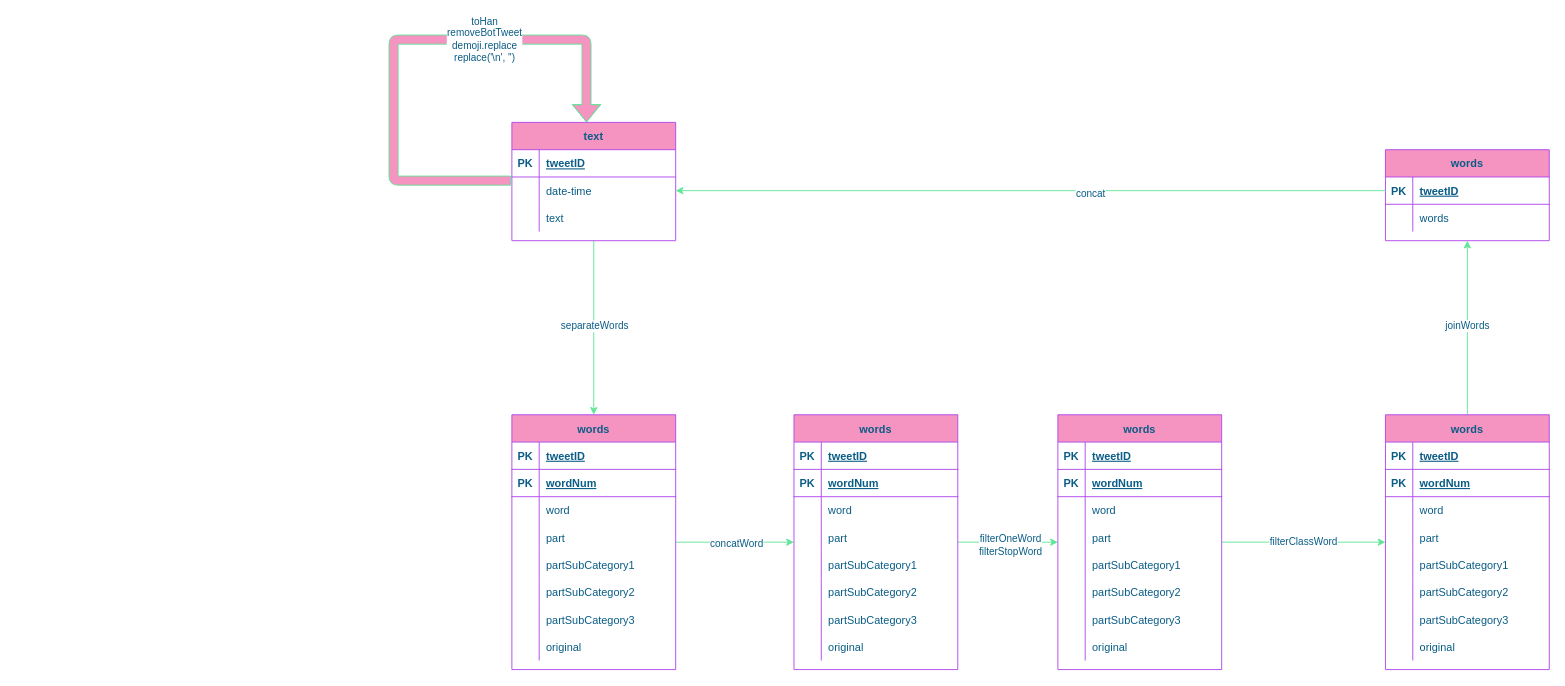
Earlier version of the draw.io diagram Untitled Diagram.drawio (YuriNakayama/statsmodels). Source tidied: cells renumbered, new cells numbered last; positions are measured from the earlier drawing's top-left corner, leaving out a move shared by most shapes. Both pictures are drawn from the tidied source at 91%, with x=0, y=0 at pixel (393, 39).
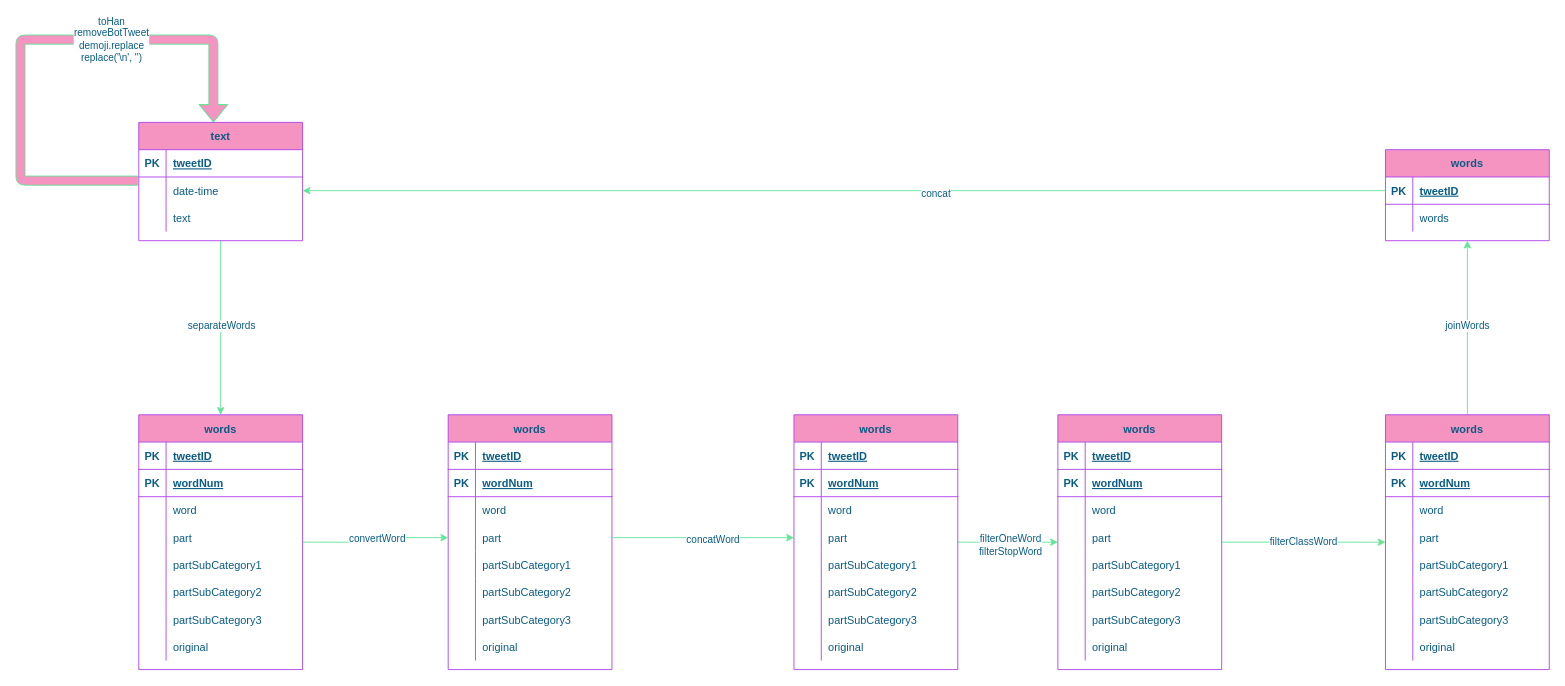
Above is the later version.

Unchanged cells that the change refers to:
```xml
<mxCell id="44" value="words" style="shape=table;startSize=30;childLayout=tableLayout;rowLines=0;fontStyle=1;align=center;fillColor=#F694C1;strokeColor=#AF45ED;fontColor=#095C86;" parent="1" vertex="1">
  <mxGeometry x="440" y="412.3" width="180" height="280" as="geometry" />
</mxCell>
<mxCell id="54" style="shape=tableRow;horizontal=0;startSize=0;swimlaneHead=0;swimlaneBody=0;fillColor=none;points=[[0,0.5],[1,0.5]];portConstraint=eastwest;top=0;left=0;right=0;bottom=0;strokeColor=#AF45ED;fontColor=#095C86;" parent="44" vertex="1">
  <mxGeometry y="120" width="180" height="30" as="geometry" />
</mxCell>
```

Change to the diagram source:
```diff
@@
     <mxCell id="2" value="toHan&lt;br&gt;removeBotTweet&lt;br&gt;demoji.replace&lt;br&gt;replace('\n', '')" style="edgeStyle=orthogonalEdgeStyle;shape=flexArrow;curved=0;rounded=1;sketch=0;orthogonalLoop=1;jettySize=auto;html=1;fontColor=#095C86;strokeColor=#60E696;fillColor=#F694C1;entryX=0.461;entryY=0.008;entryDx=0;entryDy=0;entryPerimeter=0;" parent="1" edge="1">
       <mxGeometry x="0.31" relative="1" as="geometry">
-        <mxPoint x="129" y="155" as="sourcePoint" />
-        <mxPoint x="212" y="91" as="targetPoint" />
+        <mxPoint x="-281" y="155" as="sourcePoint" />
+        <mxPoint x="-198" y="91" as="targetPoint" />
         <Array as="points">
-          <mxPoint y="155" />
-          <mxPoint />
-          <mxPoint x="212" />
+          <mxPoint x="-410" y="155" />
+          <mxPoint x="-410" />
+          <mxPoint x="-198" />
         </Array>
       </mxGeometry>
     </mxCell>
@@
     <mxCell id="5" value="text" style="shape=table;startSize=30;childLayout=tableLayout;rowLines=0;fontStyle=1;align=center;fillColor=#F694C1;strokeColor=#AF45ED;fontColor=#095C86;" parent="1" vertex="1">
-      <mxGeometry x="130" y="91" width="180" height="130" as="geometry" />
+      <mxGeometry x="-280" y="91" width="180" height="130" as="geometry" />
     </mxCell>
@@
-    <mxCell id="15" style="edgeStyle=orthogonalEdgeStyle;curved=0;rounded=1;sketch=0;jettySize=auto;html=1;fontColor=#095C86;strokeColor=#60E696;fillColor=#F694C1;" parent="1" edge="1" source="17" target="44">
+    <mxCell id="15" style="edgeStyle=orthogonalEdgeStyle;curved=0;rounded=1;sketch=0;jettySize=auto;html=1;fontColor=#095C86;strokeColor=#60E696;fillColor=#F694C1;entryX=0;entryY=0.5;entryDx=0;entryDy=0;" parent="1" edge="1" source="17" target="141">
       <mxGeometry relative="1" as="geometry" />
     </mxCell>
-    <mxCell id="16" value="concatWord" style="edgeLabel;html=1;align=center;verticalAlign=middle;fontColor=#095C86;" parent="15" vertex="1">
+    <mxCell id="16" value="convertWord" style="edgeLabel;html=1;align=center;verticalAlign=middle;fontColor=#095C86;" parent="15" vertex="1">
       <mxGeometry x="0.02" y="-1" relative="1" as="geometry" />
     </mxCell>
     <mxCell id="17" value="words" style="shape=table;startSize=30;childLayout=tableLayout;rowLines=0;fontStyle=1;align=center;fillColor=#F694C1;strokeColor=#AF45ED;fontColor=#095C86;" parent="1" vertex="1">
-      <mxGeometry x="130" y="412.3" width="180" height="280" as="geometry" />
+      <mxGeometry x="-280" y="412.3" width="180" height="280" as="geometry" />
     </mxCell>
@@
+    <mxCell id="131" value="words" style="shape=table;startSize=30;childLayout=tableLayout;rowLines=0;fontStyle=1;align=center;fillColor=#F694C1;strokeColor=#AF45ED;fontColor=#095C86;" parent="1" vertex="1">
+      <mxGeometry x="60" y="412.3" width="180" height="280" as="geometry" />
+    </mxCell>
+    <mxCell id="132" style="shape=tableRow;horizontal=0;startSize=0;swimlaneHead=0;swimlaneBody=0;fillColor=none;top=0;left=0;right=0;bottom=1;strokeColor=#AF45ED;fontColor=#095C86;" parent="131" vertex="1">
+      <mxGeometry y="30" width="180" height="30" as="geometry" />
+    </mxCell>
+    <mxCell id="133" value="PK" style="shape=partialRectangle;fillColor=none;top=0;left=0;bottom=0;right=0;fontStyle=1;overflow=hidden;strokeColor=#AF45ED;fontColor=#095C86;" parent="132" vertex="1">
+      <mxGeometry width="30" height="30" as="geometry" />
+    </mxCell>
+    <mxCell id="134" value="tweetID" style="shape=partialRectangle;fillColor=none;top=0;left=0;bottom=0;right=0;align=left;spacingLeft=6;fontStyle=5;overflow=hidden;strokeColor=#AF45ED;fontColor=#095C86;" parent="132" vertex="1">
+      <mxGeometry x="30" width="150" height="30" as="geometry" />
+    </mxCell>
+    <mxCell id="135" style="shape=tableRow;horizontal=0;startSize=0;swimlaneHead=0;swimlaneBody=0;fillColor=none;top=0;left=0;right=0;bottom=1;strokeColor=#AF45ED;fontColor=#095C86;" parent="131" vertex="1">
+      <mxGeometry y="60" width="180" height="30" as="geometry" />
+    </mxCell>
+    <mxCell id="136" value="PK" style="shape=partialRectangle;fillColor=none;top=0;left=0;bottom=0;right=0;fontStyle=1;overflow=hidden;strokeColor=#AF45ED;fontColor=#095C86;" parent="135" vertex="1">
+      <mxGeometry width="30" height="30" as="geometry" />
+    </mxCell>
+    <mxCell id="137" value="wordNum" style="shape=partialRectangle;fillColor=none;top=0;left=0;bottom=0;right=0;align=left;spacingLeft=6;fontStyle=5;overflow=hidden;strokeColor=#AF45ED;fontColor=#095C86;" parent="135" vertex="1">
+      <mxGeometry x="30" width="150" height="30" as="geometry" />
+    </mxCell>
+    <mxCell id="138" style="shape=tableRow;horizontal=0;startSize=0;swimlaneHead=0;swimlaneBody=0;fillColor=none;top=0;left=0;right=0;bottom=0;strokeColor=#AF45ED;fontColor=#095C86;" parent="131" vertex="1">
+      <mxGeometry y="90" width="180" height="30" as="geometry" />
+    </mxCell>
+    <mxCell id="139" style="shape=partialRectangle;fillColor=none;top=0;left=0;bottom=0;right=0;overflow=hidden;strokeColor=#AF45ED;fontColor=#095C86;" parent="138" vertex="1">
+      <mxGeometry width="30" height="30" as="geometry" />
+    </mxCell>
+    <mxCell id="140" value="word" style="shape=partialRectangle;fillColor=none;top=0;left=0;bottom=0;right=0;align=left;spacingLeft=6;overflow=hidden;strokeColor=#AF45ED;fontColor=#095C86;" parent="138" vertex="1">
+      <mxGeometry x="30" width="150" height="30" as="geometry" />
+    </mxCell>
+    <mxCell id="141" style="shape=tableRow;horizontal=0;startSize=0;swimlaneHead=0;swimlaneBody=0;fillColor=none;points=[[0,0.5],[1,0.5]];portConstraint=eastwest;top=0;left=0;right=0;bottom=0;strokeColor=#AF45ED;fontColor=#095C86;" parent="131" vertex="1">
+      <mxGeometry y="120" width="180" height="30" as="geometry" />
+    </mxCell>
+    <mxCell id="142" style="shape=partialRectangle;fillColor=none;top=0;left=0;bottom=0;right=0;overflow=hidden;strokeColor=#AF45ED;fontColor=#095C86;" parent="141" vertex="1">
+      <mxGeometry width="30" height="30" as="geometry" />
+    </mxCell>
+    <mxCell id="143" value="part" style="shape=partialRectangle;fillColor=none;top=0;left=0;bottom=0;right=0;align=left;spacingLeft=6;overflow=hidden;strokeColor=#AF45ED;fontColor=#095C86;" parent="141" vertex="1">
+      <mxGeometry x="30" width="150" height="30" as="geometry" />
+    </mxCell>
+    <mxCell id="144" style="shape=tableRow;horizontal=0;startSize=0;swimlaneHead=0;swimlaneBody=0;fillColor=none;top=0;left=0;right=0;bottom=0;strokeColor=#AF45ED;fontColor=#095C86;" parent="131" vertex="1">
+      <mxGeometry y="150" width="180" height="30" as="geometry" />
+    </mxCell>
+    <mxCell id="145" style="shape=partialRectangle;fillColor=none;top=0;left=0;bottom=0;right=0;overflow=hidden;strokeColor=#AF45ED;fontColor=#095C86;" parent="144" vertex="1">
+      <mxGeometry width="30" height="30" as="geometry" />
+    </mxCell>
+    <mxCell id="146" value="partSubCategory1" style="shape=partialRectangle;fillColor=none;top=0;left=0;bottom=0;right=0;align=left;spacingLeft=6;overflow=hidden;strokeColor=#AF45ED;fontColor=#095C86;" parent="144" vertex="1">
+      <mxGeometry x="30" width="150" height="30" as="geometry" />
+    </mxCell>
+    <mxCell id="147" style="shape=tableRow;horizontal=0;startSize=0;swimlaneHead=0;swimlaneBody=0;fillColor=none;top=0;left=0;right=0;bottom=0;strokeColor=#AF45ED;fontColor=#095C86;" parent="131" vertex="1">
+      <mxGeometry y="180" width="180" height="30" as="geometry" />
+    </mxCell>
+    <mxCell id="148" style="shape=partialRectangle;fillColor=none;top=0;left=0;bottom=0;right=0;overflow=hidden;strokeColor=#AF45ED;fontColor=#095C86;" parent="147" vertex="1">
+      <mxGeometry width="30" height="30" as="geometry" />
+    </mxCell>
+    <mxCell id="149" value="partSubCategory2" style="shape=partialRectangle;fillColor=none;top=0;left=0;bottom=0;right=0;align=left;spacingLeft=6;overflow=hidden;strokeColor=#AF45ED;fontColor=#095C86;" parent="147" vertex="1">
+      <mxGeometry x="30" width="150" height="30" as="geometry" />
+    </mxCell>
+    <mxCell id="150" style="shape=tableRow;horizontal=0;startSize=0;swimlaneHead=0;swimlaneBody=0;fillColor=none;top=0;left=0;right=0;bottom=0;strokeColor=#AF45ED;fontColor=#095C86;" parent="131" vertex="1">
+      <mxGeometry y="210" width="180" height="30" as="geometry" />
+    </mxCell>
+    <mxCell id="151" style="shape=partialRectangle;fillColor=none;top=0;left=0;bottom=0;right=0;overflow=hidden;strokeColor=#AF45ED;fontColor=#095C86;" parent="150" vertex="1">
+      <mxGeometry width="30" height="30" as="geometry" />
+    </mxCell>
+    <mxCell id="152" value="partSubCategory3" style="shape=partialRectangle;fillColor=none;top=0;left=0;bottom=0;right=0;align=left;spacingLeft=6;overflow=hidden;strokeColor=#AF45ED;fontColor=#095C86;" parent="150" vertex="1">
+      <mxGeometry x="30" width="150" height="30" as="geometry" />
+    </mxCell>
+    <mxCell id="153" style="shape=tableRow;horizontal=0;startSize=0;swimlaneHead=0;swimlaneBody=0;fillColor=none;top=0;left=0;right=0;bottom=0;strokeColor=#AF45ED;fontColor=#095C86;" parent="131" vertex="1">
+      <mxGeometry y="240" width="180" height="30" as="geometry" />
+    </mxCell>
+    <mxCell id="154" style="shape=partialRectangle;fillColor=none;top=0;left=0;bottom=0;right=0;overflow=hidden;strokeColor=#AF45ED;fontColor=#095C86;" parent="153" vertex="1">
+      <mxGeometry width="30" height="30" as="geometry" />
+    </mxCell>
+    <mxCell id="155" value="original" style="shape=partialRectangle;fillColor=none;top=0;left=0;bottom=0;right=0;align=left;spacingLeft=6;overflow=hidden;strokeColor=#AF45ED;fontColor=#095C86;" parent="153" vertex="1">
+      <mxGeometry x="30" width="150" height="30" as="geometry" />
+    </mxCell>
+    <mxCell id="156" style="edgeStyle=orthogonalEdgeStyle;rounded=0;jettySize=auto;html=1;entryX=0;entryY=0.5;entryDx=0;entryDy=0;strokeColor=#60E696;fontColor=#095C86;" parent="1" edge="1" source="141" target="54">
+      <mxGeometry relative="1" as="geometry" />
+    </mxCell>
+    <mxCell id="157" value="concatWord" style="edgeLabel;html=1;align=center;verticalAlign=middle;fontColor=#095C86;" parent="156" vertex="1">
+      <mxGeometry x="0.1" y="-2" relative="1" as="geometry" />
+    </mxCell>
```
